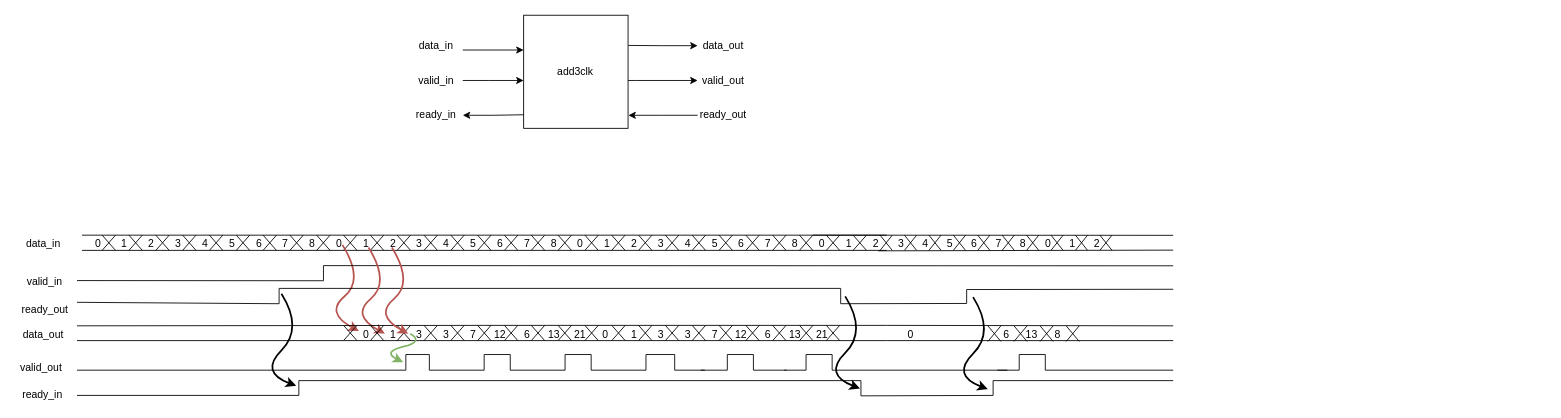
Above: A-Eye_FPGA/diagrams/add3clk_chrono.drawio in ngisedsysle/A-Eye (draw.io), before the change. Source tidied: cells renumbered, new cells numbered last; positions are measured from the earlier drawing's top-left corner, leaving out a move shared by most shapes. Both pictures are drawn from the tidied source at 87%, with x=0, y=0 at pixel (14, 15).
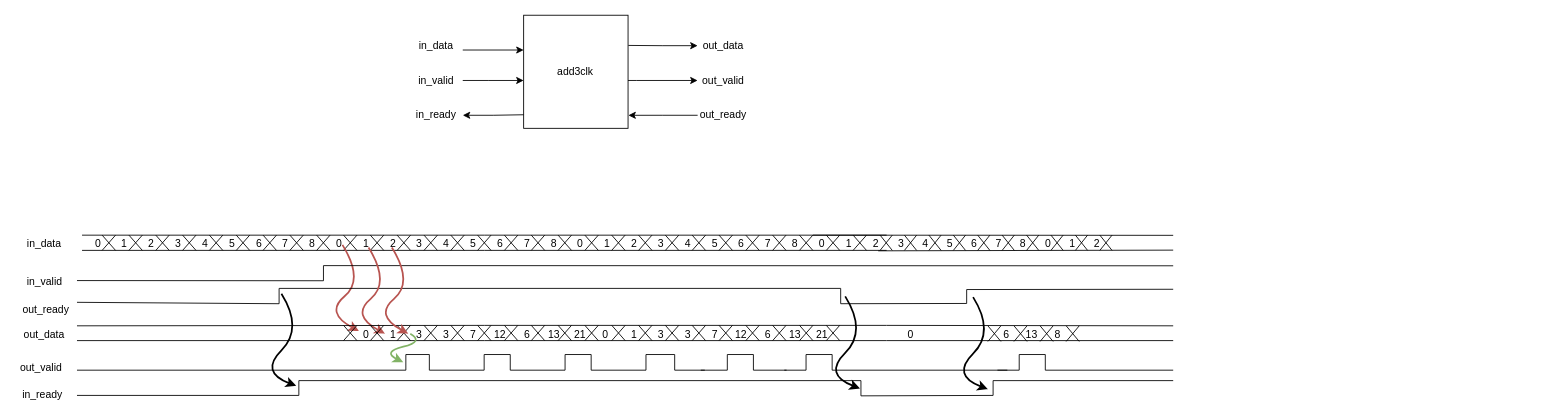
After the change.

Diff of the diagram source:
```diff
@@
-    <mxCell id="4" value="data_in" style="text;html=1;strokeColor=none;fillColor=none;align=center;verticalAlign=middle;whiteSpace=wrap;rounded=0;" parent="1" vertex="1">
+    <mxCell id="4" value="in_data" style="text;html=1;strokeColor=none;fillColor=none;align=center;verticalAlign=middle;whiteSpace=wrap;rounded=0;" parent="1" vertex="1">
       <mxGeometry x="455.4" y="20" width="60" height="30" as="geometry" />
     </mxCell>
@@
-    <mxCell id="6" value="valid_in" style="text;html=1;strokeColor=none;fillColor=none;align=center;verticalAlign=middle;whiteSpace=wrap;rounded=0;" parent="1" vertex="1">
+    <mxCell id="6" value="in_valid" style="text;html=1;strokeColor=none;fillColor=none;align=center;verticalAlign=middle;whiteSpace=wrap;rounded=0;" parent="1" vertex="1">
       <mxGeometry x="455.4" y="60" width="60" height="30" as="geometry" />
     </mxCell>
@@
-    <mxCell id="8" value="ready_in" style="text;html=1;strokeColor=none;fillColor=none;align=center;verticalAlign=middle;whiteSpace=wrap;rounded=0;" parent="1" vertex="1">
+    <mxCell id="8" value="in_ready" style="text;html=1;strokeColor=none;fillColor=none;align=center;verticalAlign=middle;whiteSpace=wrap;rounded=0;" parent="1" vertex="1">
       <mxGeometry x="455.4" y="100" width="60" height="30" as="geometry" />
     </mxCell>
@@
-    <mxCell id="10" value="data_out" style="text;html=1;strokeColor=none;fillColor=none;align=center;verticalAlign=middle;whiteSpace=wrap;rounded=0;" parent="1" vertex="1">
+    <mxCell id="10" value="&lt;span style=&quot;&quot;&gt;out_data&lt;/span&gt;" style="text;html=1;strokeColor=none;fillColor=none;align=center;verticalAlign=middle;whiteSpace=wrap;rounded=0;" parent="1" vertex="1">
       <mxGeometry x="785.4" y="20" width="60" height="30" as="geometry" />
     </mxCell>
@@
-    <mxCell id="12" value="valid_out" style="text;html=1;strokeColor=none;fillColor=none;align=center;verticalAlign=middle;whiteSpace=wrap;rounded=0;" parent="1" vertex="1">
+    <mxCell id="12" value="out_valid" style="text;html=1;strokeColor=none;fillColor=none;align=center;verticalAlign=middle;whiteSpace=wrap;rounded=0;" parent="1" vertex="1">
       <mxGeometry x="785.4" y="60" width="60" height="30" as="geometry" />
     </mxCell>
@@
-    <mxCell id="14" value="ready_out" style="text;html=1;strokeColor=none;fillColor=none;align=center;verticalAlign=middle;whiteSpace=wrap;rounded=0;" parent="1" vertex="1">
+    <mxCell id="14" value="&lt;span style=&quot;&quot;&gt;out_ready&lt;/span&gt;" style="text;html=1;strokeColor=none;fillColor=none;align=center;verticalAlign=middle;whiteSpace=wrap;rounded=0;" parent="1" vertex="1">
       <mxGeometry x="785.4" y="100" width="60" height="30" as="geometry" />
     </mxCell>
@@
-    <mxCell id="140" value="data_in" style="text;html=1;align=center;verticalAlign=middle;strokeColor=none;fillColor=none;" parent="1" vertex="1">
-      <mxGeometry x="8.2" y="252.8" width="50" height="20" as="geometry" />
+    <mxCell id="140" value="&lt;span style=&quot;&quot;&gt;in_data&lt;/span&gt;" style="text;html=1;align=center;verticalAlign=middle;strokeColor=none;fillColor=none;" parent="1" vertex="1">
+      <mxGeometry x="9.2" y="253.8" width="49" height="18" as="geometry" />
     </mxCell>
-    <mxCell id="141" value="valid_in" style="text;html=1;strokeColor=none;fillColor=none;align=center;verticalAlign=middle;whiteSpace=wrap;rounded=0;" parent="1" vertex="1">
+    <mxCell id="141" value="in_valid" style="text;html=1;strokeColor=none;fillColor=none;align=center;verticalAlign=middle;whiteSpace=wrap;rounded=0;" parent="1" vertex="1">
       <mxGeometry x="12" y="294" width="46.2" height="26.2" as="geometry" />
     </mxCell>
@@
-    <mxCell id="143" value="ready_out" style="text;html=1;align=center;verticalAlign=middle;strokeColor=none;fillColor=none;" parent="1" vertex="1">
-      <mxGeometry x="0.1" y="329" width="70" height="20" as="geometry" />
+    <mxCell id="143" value="&lt;span style=&quot;&quot;&gt;out_ready&lt;/span&gt;" style="text;html=1;align=center;verticalAlign=middle;strokeColor=none;fillColor=none;" parent="1" vertex="1">
+      <mxGeometry x="4.1" y="330" width="63" height="18" as="geometry" />
     </mxCell>
-    <mxCell id="144" value="data_out" style="text;html=1;align=center;verticalAlign=middle;strokeColor=none;fillColor=none;" parent="1" vertex="1">
-      <mxGeometry x="3.2" y="357.8" width="60" height="20" as="geometry" />
+    <mxCell id="144" value="&lt;span style=&quot;&quot;&gt;out_data&lt;/span&gt;" style="text;html=1;align=center;verticalAlign=middle;strokeColor=none;fillColor=none;" parent="1" vertex="1">
+      <mxGeometry x="5.2" y="358.8" width="57" height="18" as="geometry" />
     </mxCell>
@@
-    <mxCell id="286" value="valid_out" style="text;html=1;strokeColor=none;fillColor=none;align=center;verticalAlign=middle;whiteSpace=wrap;rounded=0;" parent="1" vertex="1">
+    <mxCell id="286" value="out_valid" style="text;html=1;strokeColor=none;fillColor=none;align=center;verticalAlign=middle;whiteSpace=wrap;rounded=0;" parent="1" vertex="1">
       <mxGeometry x="8.2" y="393" width="46.2" height="26.2" as="geometry" />
     </mxCell>
@@
-    <mxCell id="292" value="ready_in" style="text;html=1;align=center;verticalAlign=middle;strokeColor=none;fillColor=none;" parent="1" vertex="1">
-      <mxGeometry x="3.3" y="427" width="57" height="18" as="geometry" />
+    <mxCell id="292" value="&lt;span style=&quot;&quot;&gt;in_ready&lt;/span&gt;" style="text;html=1;align=center;verticalAlign=middle;strokeColor=none;fillColor=none;" parent="1" vertex="1">
+      <mxGeometry x="4.3" y="427" width="56" height="18" as="geometry" />
     </mxCell>
```
